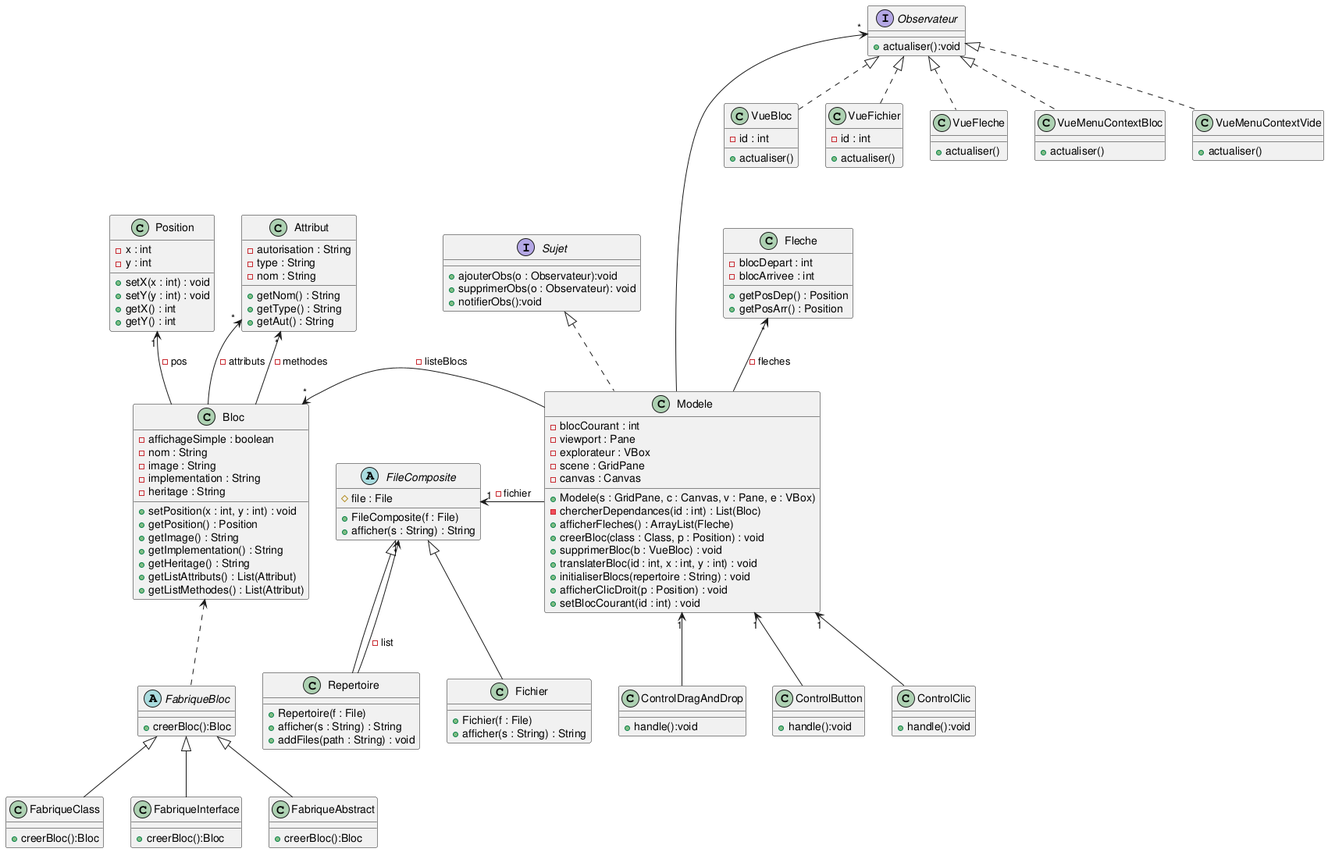
The PlantUML diagram src/Etude_prealable/diagramme_classe/plantuml.png in Cesareuh/SAE-3.01-D-veloppement-d-une-application, before a commit.
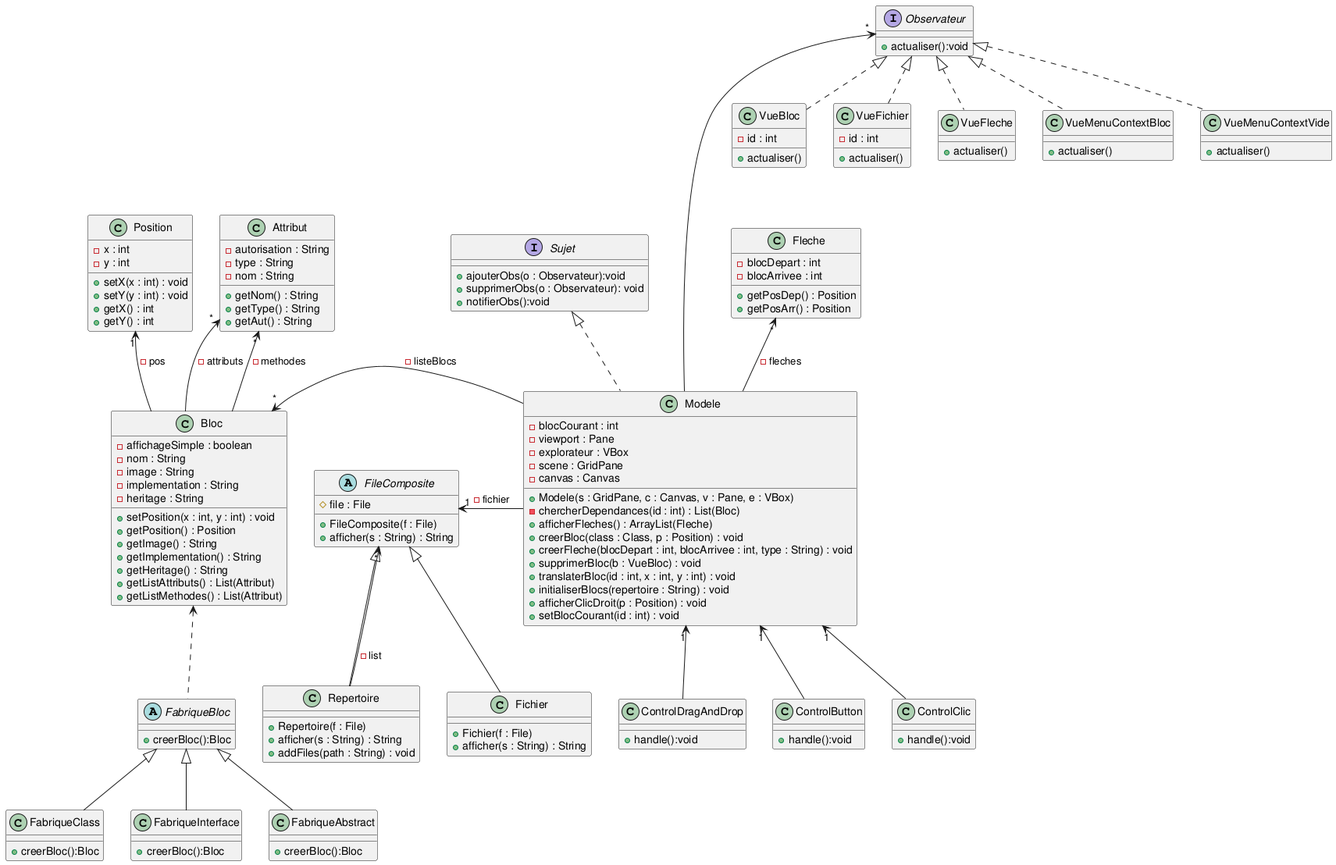
The same file after the commit.

Change to the diagram source:
```diff
@@ -17,6 +17,7 @@
 - chercherDependances(id : int) : List(Bloc)
 + afficherFleches() : ArrayList(Fleche)
 + creerBloc(class : Class, p : Position) : void
++ creerFleche(blocDepart : int, blocArrivee : int, type : String) : void
 + supprimerBloc(b : VueBloc) : void
 + translaterBloc(id : int, x : int, y : int) : void
 + initialiserBlocs(repertoire : String) : void
```
